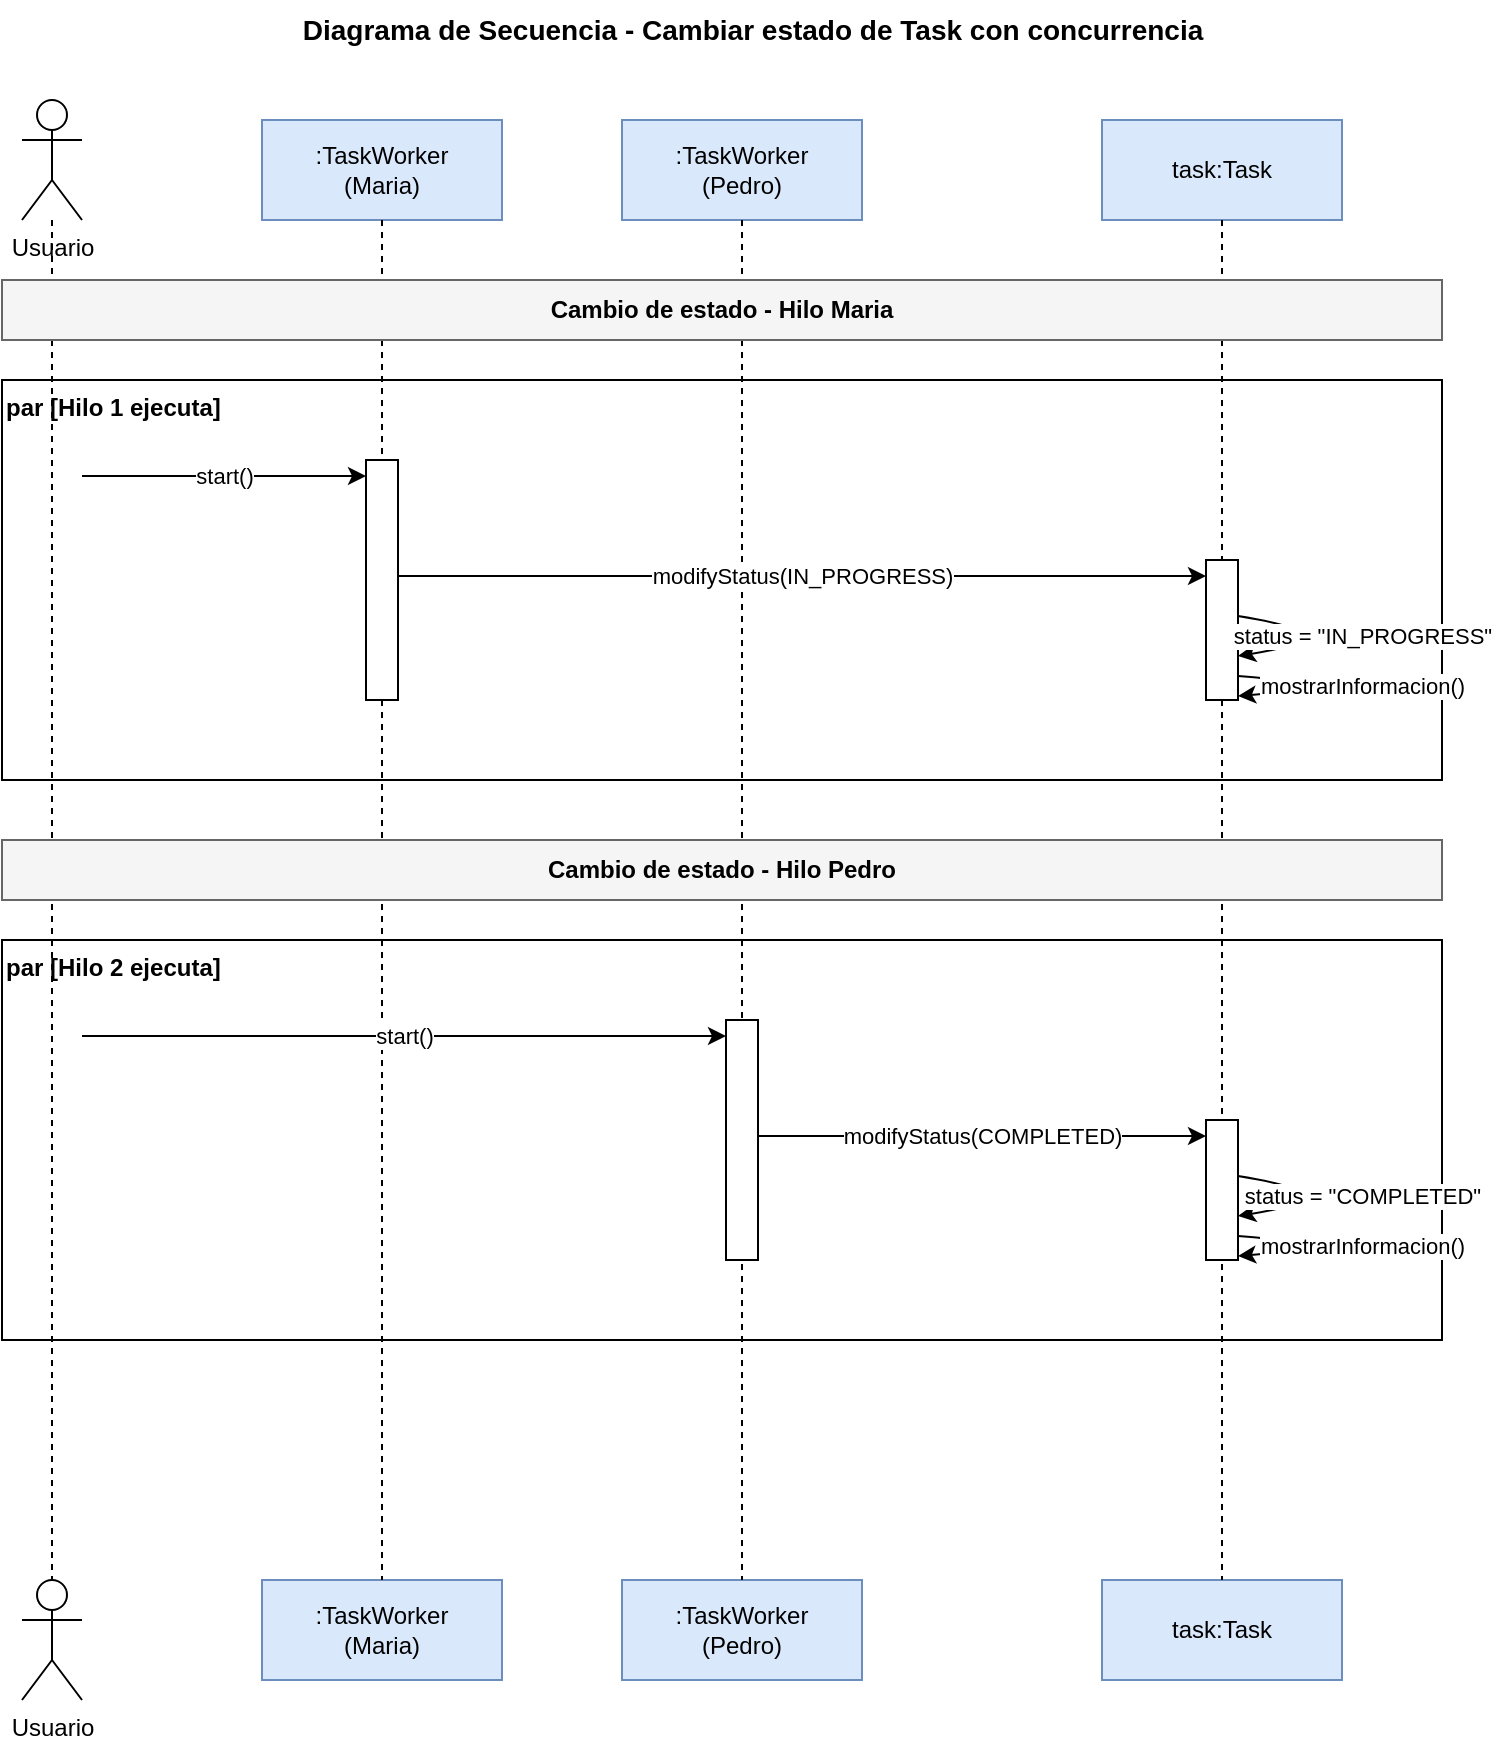
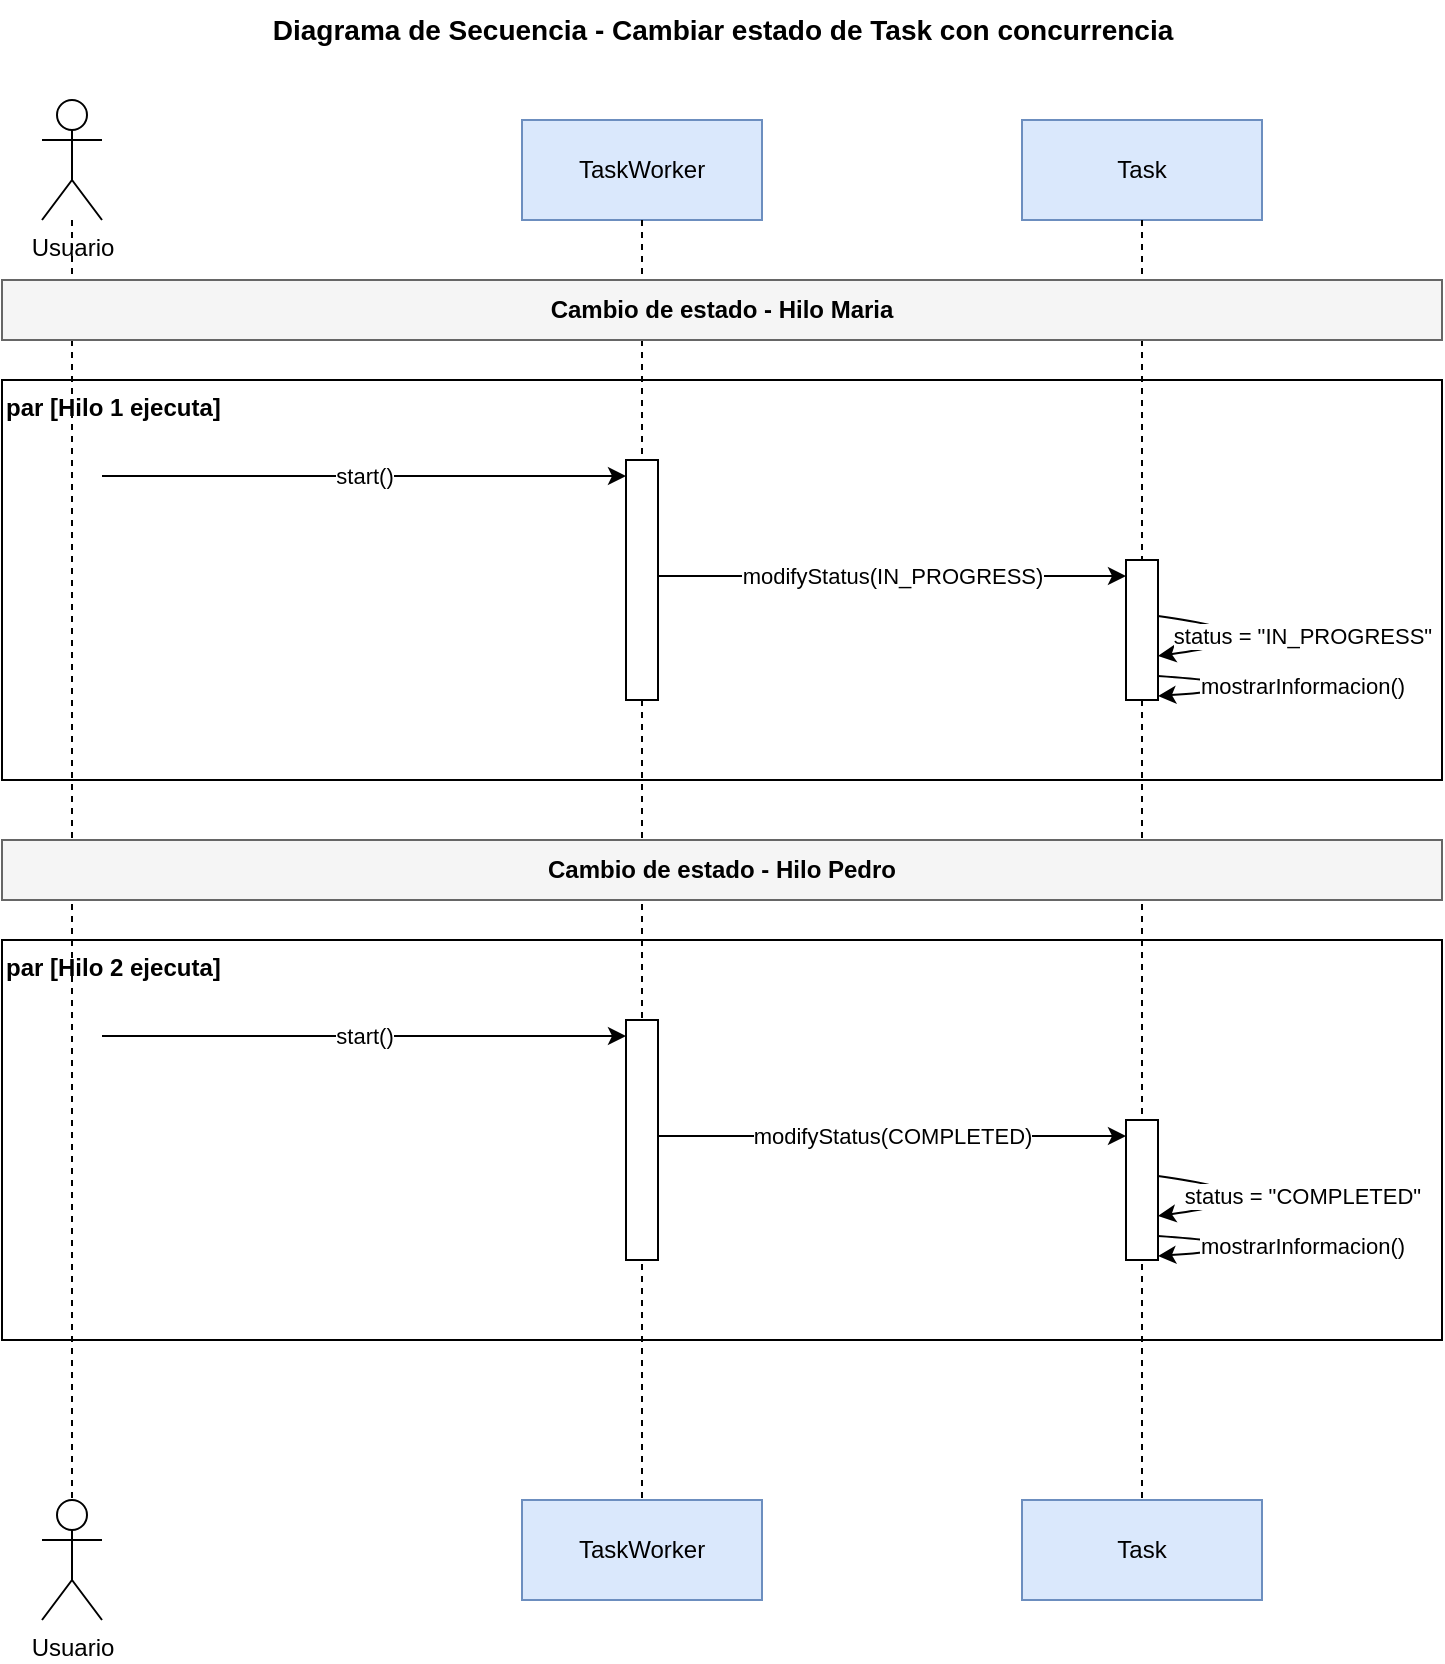
<mxfile host="app.diagrams.net" modified="2026-05-19T00:00:00.000Z" version="22.0.0">
  <diagram name="Secuencia" id="secuencia-1">
-     <mxGraphModel dx="900" dy="900" grid="1" gridSize="10" guides="1" tooltips="1" connect="1" arrows="1" fold="1" page="1" pageScale="1" pageWidth="850" pageHeight="900" math="0" shadow="0">
+     <mxGraphModel dx="900" dy="900" grid="1" gridSize="10" guides="1" tooltips="1" connect="1" arrows="1" fold="1" page="1" pageScale="1" pageWidth="800" pageHeight="850" math="0" shadow="0">
      <root>
        <mxCell id="0" />
        <mxCell id="1" parent="0" />

        <mxCell id="title" value="Diagrama de Secuencia - Cambiar estado de Task con concurrencia" style="text;html=1;align=center;verticalAlign=middle;fontSize=14;fontStyle=1" vertex="1" parent="1">
-           <mxGeometry x="60" y="10" width="730" height="30" as="geometry" />
+           <mxGeometry x="40" y="10" width="720" height="30" as="geometry" />
        </mxCell>

        <mxCell id="actorTop" value="Usuario" style="shape=umlActor;verticalLabelPosition=bottom;verticalAlign=top;html=1;outlineConnect=0" vertex="1" parent="1">
          <mxGeometry x="60" y="60" width="30" height="60" as="geometry" />
        </mxCell>
        <mxCell id="actorBottom" value="Usuario" style="shape=umlActor;verticalLabelPosition=bottom;verticalAlign=top;html=1;outlineConnect=0" vertex="1" parent="1">
-           <mxGeometry x="60" y="800" width="30" height="60" as="geometry" />
+           <mxGeometry x="60" y="760" width="30" height="60" as="geometry" />
        </mxCell>
        <mxCell id="actorLine" style="endArrow=none;html=1;strokeColor=#000000;dashed=1" edge="1" parent="1">
          <mxGeometry relative="1" as="geometry">
            <mxPoint x="75" y="120" as="sourcePoint" />
-             <mxPoint x="75" y="800" as="targetPoint" />
+             <mxPoint x="75" y="760" as="targetPoint" />
          </mxGeometry>
        </mxCell>

-         <mxCell id="lifeMariaHead" value=":TaskWorker&#xa;(Maria)" style="rounded=0;whiteSpace=wrap;html=1;fillColor=#DAE8FC;strokeColor=#6C8EBF" vertex="1" parent="1">
-           <mxGeometry x="180" y="70" width="120" height="50" as="geometry" />
+         <mxCell id="lifeWorkerHead" value="TaskWorker" style="rounded=0;whiteSpace=wrap;html=1;fillColor=#DAE8FC;strokeColor=#6C8EBF" vertex="1" parent="1">
+           <mxGeometry x="300" y="70" width="120" height="50" as="geometry" />
        </mxCell>
-         <mxCell id="lifeMariaTail" value=":TaskWorker&#xa;(Maria)" style="rounded=0;whiteSpace=wrap;html=1;fillColor=#DAE8FC;strokeColor=#6C8EBF" vertex="1" parent="1">
-           <mxGeometry x="180" y="800" width="120" height="50" as="geometry" />
+         <mxCell id="lifeWorkerTail" value="TaskWorker" style="rounded=0;whiteSpace=wrap;html=1;fillColor=#DAE8FC;strokeColor=#6C8EBF" vertex="1" parent="1">
+           <mxGeometry x="300" y="760" width="120" height="50" as="geometry" />
        </mxCell>
-         <mxCell id="lifeMariaLine" style="endArrow=none;html=1;strokeColor=#000000;dashed=1" edge="1" parent="1">
+         <mxCell id="lifeWorkerLine" style="endArrow=none;html=1;strokeColor=#000000;dashed=1" edge="1" parent="1">
          <mxGeometry relative="1" as="geometry">
-             <mxPoint x="240" y="120" as="sourcePoint" />
-             <mxPoint x="240" y="800" as="targetPoint" />
+             <mxPoint x="360" y="120" as="sourcePoint" />
+             <mxPoint x="360" y="760" as="targetPoint" />
          </mxGeometry>
        </mxCell>

-         <mxCell id="lifePedroHead" value=":TaskWorker&#xa;(Pedro)" style="rounded=0;whiteSpace=wrap;html=1;fillColor=#DAE8FC;strokeColor=#6C8EBF" vertex="1" parent="1">
-           <mxGeometry x="360" y="70" width="120" height="50" as="geometry" />
+         <mxCell id="lifeTaskHead" value="Task" style="rounded=0;whiteSpace=wrap;html=1;fillColor=#DAE8FC;strokeColor=#6C8EBF" vertex="1" parent="1">
+           <mxGeometry x="550" y="70" width="120" height="50" as="geometry" />
        </mxCell>
-         <mxCell id="lifePedroTail" value=":TaskWorker&#xa;(Pedro)" style="rounded=0;whiteSpace=wrap;html=1;fillColor=#DAE8FC;strokeColor=#6C8EBF" vertex="1" parent="1">
-           <mxGeometry x="360" y="800" width="120" height="50" as="geometry" />
-         </mxCell>
-         <mxCell id="lifePedroLine" style="endArrow=none;html=1;strokeColor=#000000;dashed=1" edge="1" parent="1">
-           <mxGeometry relative="1" as="geometry">
-             <mxPoint x="420" y="120" as="sourcePoint" />
-             <mxPoint x="420" y="800" as="targetPoint" />
-           </mxGeometry>
-         </mxCell>
- 
-         <mxCell id="lifeTaskHead" value="task:Task" style="rounded=0;whiteSpace=wrap;html=1;fillColor=#DAE8FC;strokeColor=#6C8EBF" vertex="1" parent="1">
-           <mxGeometry x="600" y="70" width="120" height="50" as="geometry" />
-         </mxCell>
-         <mxCell id="lifeTaskTail" value="task:Task" style="rounded=0;whiteSpace=wrap;html=1;fillColor=#DAE8FC;strokeColor=#6C8EBF" vertex="1" parent="1">
-           <mxGeometry x="600" y="800" width="120" height="50" as="geometry" />
+         <mxCell id="lifeTaskTail" value="Task" style="rounded=0;whiteSpace=wrap;html=1;fillColor=#DAE8FC;strokeColor=#6C8EBF" vertex="1" parent="1">
+           <mxGeometry x="550" y="760" width="120" height="50" as="geometry" />
        </mxCell>
        <mxCell id="lifeTaskLine" style="endArrow=none;html=1;strokeColor=#000000;dashed=1" edge="1" parent="1">
          <mxGeometry relative="1" as="geometry">
-             <mxPoint x="660" y="120" as="sourcePoint" />
-             <mxPoint x="660" y="800" as="targetPoint" />
+             <mxPoint x="610" y="120" as="sourcePoint" />
+             <mxPoint x="610" y="760" as="targetPoint" />
          </mxGeometry>
        </mxCell>

        <mxCell id="sectionMaria" value="Cambio de estado - Hilo Maria" style="rounded=0;whiteSpace=wrap;html=1;fillColor=#F5F5F5;strokeColor=#666666;fontStyle=1;align=center" vertex="1" parent="1">
-           <mxGeometry x="50" y="150" width="720" height="30" as="geometry" />
+           <mxGeometry x="40" y="150" width="720" height="30" as="geometry" />
        </mxCell>

        <mxCell id="parMaria" value="par [Hilo 1 ejecuta]" style="rounded=0;whiteSpace=wrap;html=1;fillColor=none;strokeColor=#000000;align=left;verticalAlign=top;fontStyle=1" vertex="1" parent="1">
-           <mxGeometry x="50" y="200" width="720" height="200" as="geometry" />
+           <mxGeometry x="40" y="200" width="720" height="200" as="geometry" />
        </mxCell>

        <mxCell id="actMariaWorker" value="" style="rounded=0;whiteSpace=wrap;html=1;fillColor=#FFFFFF;strokeColor=#000000" vertex="1" parent="1">
-           <mxGeometry x="232" y="240" width="16" height="120" as="geometry" />
+           <mxGeometry x="352" y="240" width="16" height="120" as="geometry" />
        </mxCell>
        <mxCell id="actMariaTask" value="" style="rounded=0;whiteSpace=wrap;html=1;fillColor=#FFFFFF;strokeColor=#000000" vertex="1" parent="1">
-           <mxGeometry x="652" y="290" width="16" height="70" as="geometry" />
+           <mxGeometry x="602" y="290" width="16" height="70" as="geometry" />
        </mxCell>

-         <mxCell id="msg1" value="start()" style="endArrow=classic;html=1;strokeColor=#000000;exitX=1;exitY=0.5;entryX=0;entryY=0.5" edge="1" parent="1">
+         <mxCell id="msg1" value="start()" style="endArrow=classic;html=1;strokeColor=#000000" edge="1" parent="1">
          <mxGeometry relative="1" as="geometry">
            <mxPoint x="90" y="248" as="sourcePoint" />
-             <mxPoint x="232" y="248" as="targetPoint" />
+             <mxPoint x="352" y="248" as="targetPoint" />
          </mxGeometry>
        </mxCell>
        <mxCell id="msg2" value="modifyStatus(IN_PROGRESS)" style="endArrow=classic;html=1;strokeColor=#000000" edge="1" parent="1">
          <mxGeometry relative="1" as="geometry">
-             <mxPoint x="248" y="298" as="sourcePoint" />
-             <mxPoint x="652" y="298" as="targetPoint" />
+             <mxPoint x="368" y="298" as="sourcePoint" />
+             <mxPoint x="602" y="298" as="targetPoint" />
          </mxGeometry>
        </mxCell>
        <mxCell id="msg3" value="status = &quot;IN_PROGRESS&quot;" style="endArrow=classic;html=1;strokeColor=#000000;curved=1" edge="1" parent="1">
          <mxGeometry relative="1" as="geometry">
-             <mxPoint x="668" y="318" as="sourcePoint" />
-             <mxPoint x="668" y="338" as="targetPoint" />
+             <mxPoint x="618" y="318" as="sourcePoint" />
+             <mxPoint x="618" y="338" as="targetPoint" />
            <Array as="points">
-               <mxPoint x="730" y="328" />
+               <mxPoint x="690" y="328" />
            </Array>
          </mxGeometry>
        </mxCell>
        <mxCell id="msg4" value="mostrarInformacion()" style="endArrow=classic;html=1;strokeColor=#000000;curved=1" edge="1" parent="1">
          <mxGeometry relative="1" as="geometry">
-             <mxPoint x="668" y="348" as="sourcePoint" />
-             <mxPoint x="668" y="358" as="targetPoint" />
+             <mxPoint x="618" y="348" as="sourcePoint" />
+             <mxPoint x="618" y="358" as="targetPoint" />
            <Array as="points">
-               <mxPoint x="730" y="353" />
+               <mxPoint x="690" y="353" />
            </Array>
          </mxGeometry>
        </mxCell>

        <mxCell id="sectionPedro" value="Cambio de estado - Hilo Pedro" style="rounded=0;whiteSpace=wrap;html=1;fillColor=#F5F5F5;strokeColor=#666666;fontStyle=1;align=center" vertex="1" parent="1">
-           <mxGeometry x="50" y="430" width="720" height="30" as="geometry" />
+           <mxGeometry x="40" y="430" width="720" height="30" as="geometry" />
        </mxCell>

        <mxCell id="parPedro" value="par [Hilo 2 ejecuta]" style="rounded=0;whiteSpace=wrap;html=1;fillColor=none;strokeColor=#000000;align=left;verticalAlign=top;fontStyle=1" vertex="1" parent="1">
-           <mxGeometry x="50" y="480" width="720" height="200" as="geometry" />
+           <mxGeometry x="40" y="480" width="720" height="200" as="geometry" />
        </mxCell>

        <mxCell id="actPedroWorker" value="" style="rounded=0;whiteSpace=wrap;html=1;fillColor=#FFFFFF;strokeColor=#000000" vertex="1" parent="1">
-           <mxGeometry x="412" y="520" width="16" height="120" as="geometry" />
+           <mxGeometry x="352" y="520" width="16" height="120" as="geometry" />
        </mxCell>
        <mxCell id="actPedroTask" value="" style="rounded=0;whiteSpace=wrap;html=1;fillColor=#FFFFFF;strokeColor=#000000" vertex="1" parent="1">
-           <mxGeometry x="652" y="570" width="16" height="70" as="geometry" />
+           <mxGeometry x="602" y="570" width="16" height="70" as="geometry" />
        </mxCell>

        <mxCell id="msg5" value="start()" style="endArrow=classic;html=1;strokeColor=#000000" edge="1" parent="1">
          <mxGeometry relative="1" as="geometry">
            <mxPoint x="90" y="528" as="sourcePoint" />
-             <mxPoint x="412" y="528" as="targetPoint" />
+             <mxPoint x="352" y="528" as="targetPoint" />
          </mxGeometry>
        </mxCell>
        <mxCell id="msg6" value="modifyStatus(COMPLETED)" style="endArrow=classic;html=1;strokeColor=#000000" edge="1" parent="1">
          <mxGeometry relative="1" as="geometry">
-             <mxPoint x="428" y="578" as="sourcePoint" />
-             <mxPoint x="652" y="578" as="targetPoint" />
+             <mxPoint x="368" y="578" as="sourcePoint" />
+             <mxPoint x="602" y="578" as="targetPoint" />
          </mxGeometry>
        </mxCell>
        <mxCell id="msg7" value="status = &quot;COMPLETED&quot;" style="endArrow=classic;html=1;strokeColor=#000000;curved=1" edge="1" parent="1">
          <mxGeometry relative="1" as="geometry">
-             <mxPoint x="668" y="598" as="sourcePoint" />
-             <mxPoint x="668" y="618" as="targetPoint" />
+             <mxPoint x="618" y="598" as="sourcePoint" />
+             <mxPoint x="618" y="618" as="targetPoint" />
            <Array as="points">
-               <mxPoint x="730" y="608" />
+               <mxPoint x="690" y="608" />
            </Array>
          </mxGeometry>
        </mxCell>
        <mxCell id="msg8" value="mostrarInformacion()" style="endArrow=classic;html=1;strokeColor=#000000;curved=1" edge="1" parent="1">
          <mxGeometry relative="1" as="geometry">
-             <mxPoint x="668" y="628" as="sourcePoint" />
-             <mxPoint x="668" y="638" as="targetPoint" />
+             <mxPoint x="618" y="628" as="sourcePoint" />
+             <mxPoint x="618" y="638" as="targetPoint" />
            <Array as="points">
-               <mxPoint x="730" y="633" />
+               <mxPoint x="690" y="633" />
            </Array>
          </mxGeometry>
        </mxCell>

      </root>
    </mxGraphModel>
  </diagram>
</mxfile>
